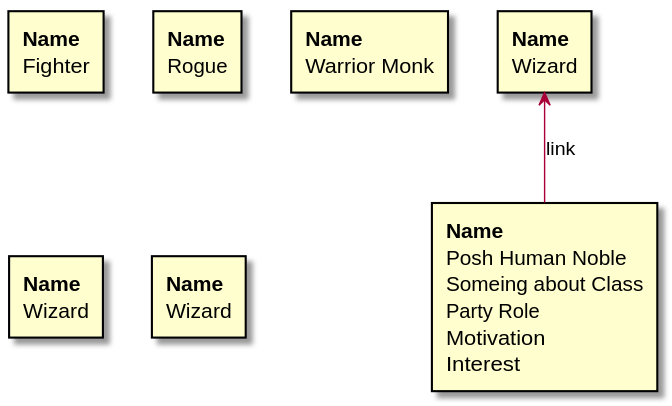
Before: dnd-5e-dodson-2026.svg, a diagram exported from PlantUML (tedkotz/rpglog). Source of this version:
```plantuml
@startuml dnd-5e-dodson-2026

rectangle aaron [
**Name**
Posh Human Noble
Someing about Class
Party Role
Motivation
Interest
]

rectangle rob [
**Name**
Wizard
]

rectangle jim [
**Name**
Fighter
]

rectangle martin [
**Name**
Rogue
]

rectangle dave [
**Name**
Warrior Monk
]


rectangle calvin [
**Name**
Wizard
]

rectangle phil [
**Name**
Wizard
]


rob <-- aaron  : link

@enduml
```
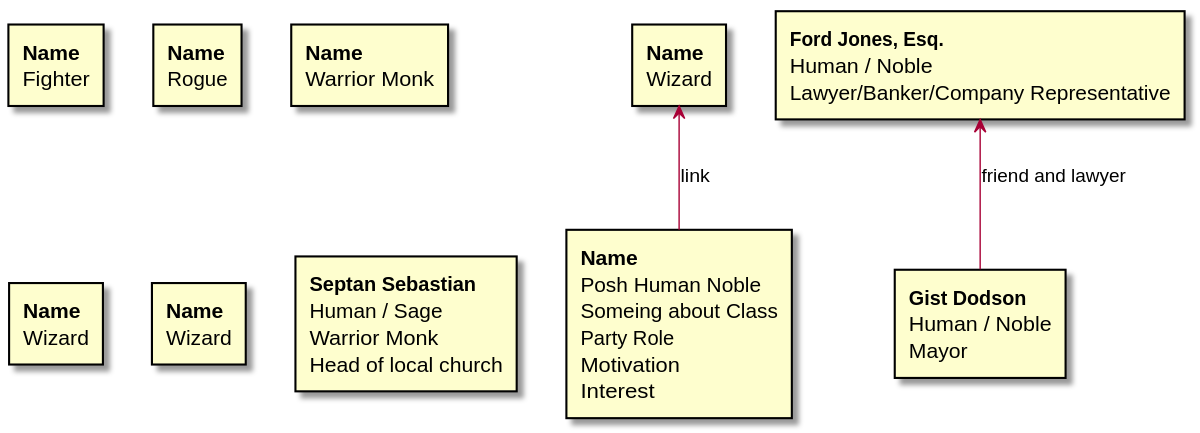
The same diagram one commit later.

Commit message:
Added the players and some important NPCs

What changed in the source:
```diff
@@ -40,7 +40,27 @@
 Wizard
 ]
 
+rectangle mayor [
+**Gist Dodson**
+Human / Noble
+Mayor
+]
+
+rectangle lawyer [
+**Ford Jones, Esq.**
+Human / Noble
+Lawyer/Banker/Company Representative
+]
+
+rectangle septan [
+**Septan Sebastian**
+Human / Sage
+Warrior Monk
+Head of local church
+]
+
+
 
 rob <-- aaron  : link
-
+lawyer <-- mayor : friend and lawyer
 @enduml
```
